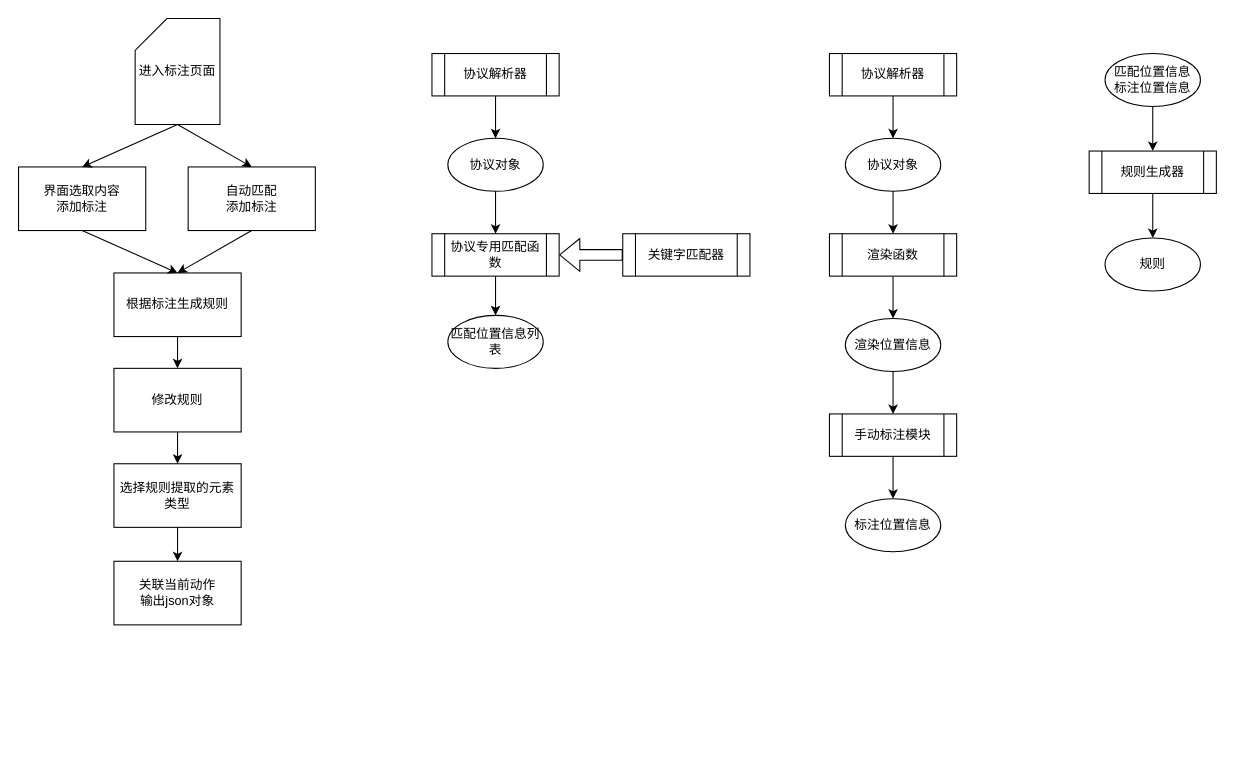
Above: 人工标注流程.drawio in ouyangtian/drawio (draw.io), before the change. Source tidied: cells renumbered, new cells numbered last; positions are measured from the earlier drawing's top-left corner, leaving out a move shared by most shapes. Both pictures are drawn from the tidied source at 106%, with x=0, y=0 at pixel (18, 18).
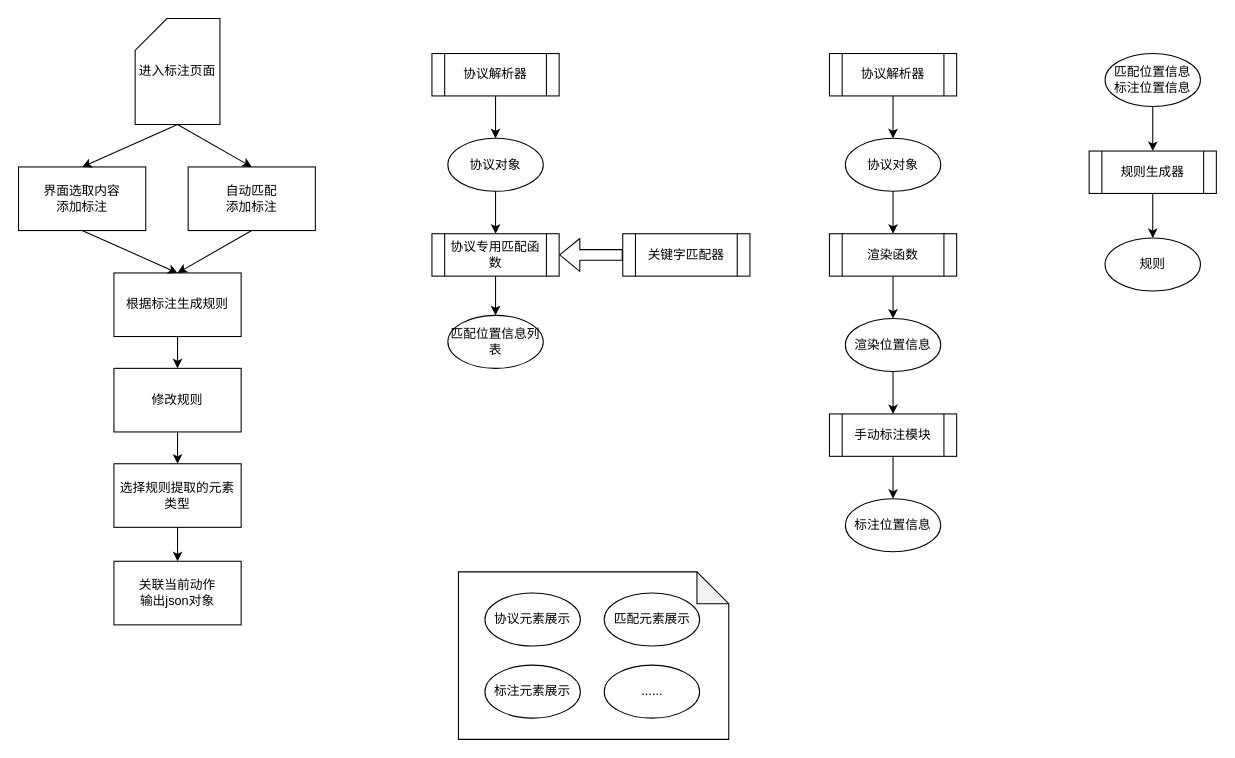
After the change.

Commit message:
更新人工标注流程.drawio

What changed in the source:
```diff
@@
+    <mxCell id="41" style="shape=note;whiteSpace=wrap;html=1;backgroundOutline=1;darkOpacity=0.05;" parent="1" vertex="1">
+      <mxGeometry x="415" y="522" width="255" height="158" as="geometry" />
+    </mxCell>
@@
+    <mxCell id="42" value="协议元素展示" style="ellipse;whiteSpace=wrap;html=1;" parent="1" vertex="1">
+      <mxGeometry x="440" y="542" width="90" height="50" as="geometry" />
+    </mxCell>
+    <mxCell id="43" value="标注元素展示" style="ellipse;whiteSpace=wrap;html=1;" parent="1" vertex="1">
+      <mxGeometry x="440" y="610" width="90" height="50" as="geometry" />
+    </mxCell>
+    <mxCell id="44" value="匹配元素展示" style="ellipse;whiteSpace=wrap;html=1;" parent="1" vertex="1">
+      <mxGeometry x="552.5" y="542" width="90" height="50" as="geometry" />
+    </mxCell>
+    <mxCell id="45" value="......" style="ellipse;whiteSpace=wrap;html=1;" parent="1" vertex="1">
+      <mxGeometry x="552.5" y="610" width="90" height="50" as="geometry" />
+    </mxCell>
```
